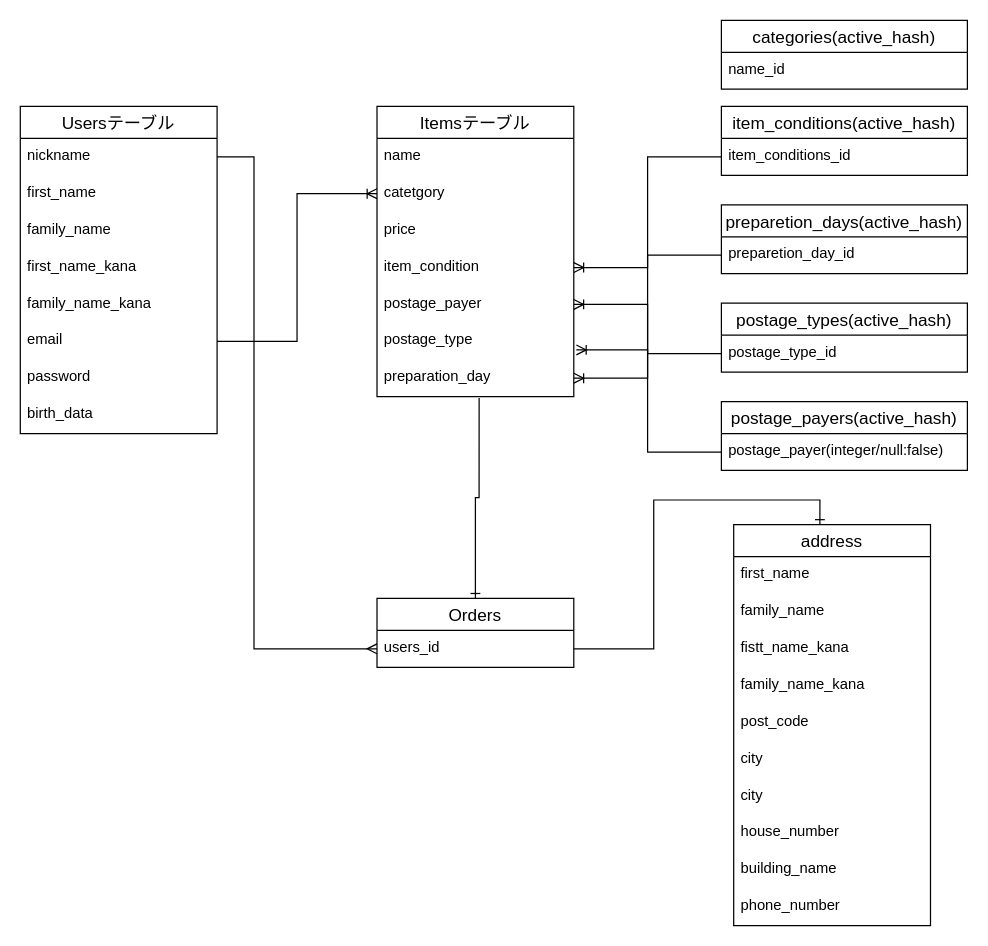
Earlier version of the draw.io diagram furima.dio (KIMIHARU-TAKEUCHI/furima-34253). Source tidied: cells renumbered, new cells numbered last; positions are measured from the earlier drawing's top-left corner, leaving out a move shared by most shapes. Both pictures are drawn from the tidied source at 123%, with x=0, y=0 at pixel (20, 20).
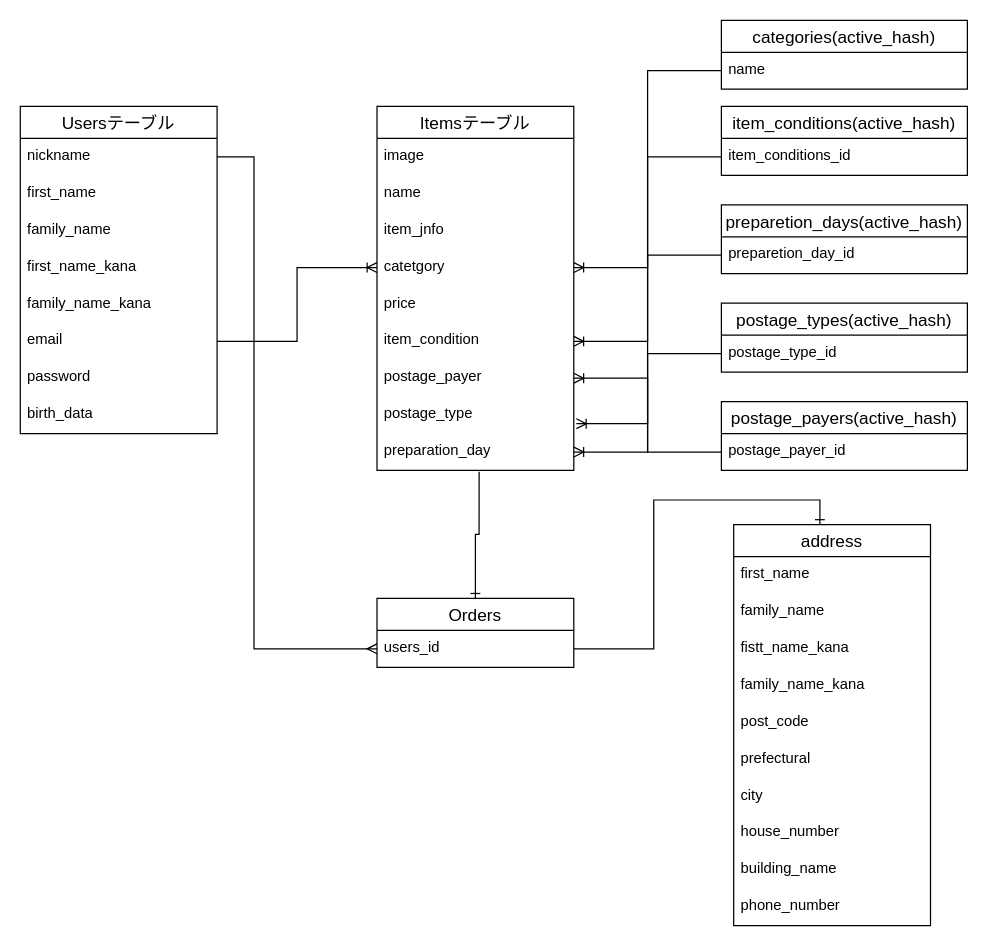
The same page after the edit.

Commit message (it also covers changes not shown here):
外部キーカラム追記

Unchanged cells that the change refers to:
```xml
<mxCell id="22" value="address" style="swimlane;fontStyle=0;horizontal=1;startSize=26;align=center;fontSize=14;" parent="1" vertex="1">
  <mxGeometry x="580" y="410" width="160" height="326" as="geometry" />
</mxCell>
<mxCell id="43" value="postage_payers(active_hash)" style="swimlane;fontStyle=0;horizontal=1;startSize=26;align=center;fontSize=14;" parent="1" vertex="1">
  <mxGeometry x="570" y="310" width="200" height="56" as="geometry" />
</mxCell>
<mxCell id="45" value="categories(active_hash)" style="swimlane;fontStyle=0;horizontal=1;startSize=26;align=center;fontSize=14;" parent="1" vertex="1">
  <mxGeometry x="570" width="200" height="56" as="geometry" />
</mxCell>
```

Diff of the diagram source:
```diff
@@
     <mxCell id="11" value="Itemsテーブル" style="swimlane;fontStyle=0;horizontal=1;startSize=26;align=center;fontSize=14;" parent="1" vertex="1">
-      <mxGeometry x="290" y="70" width="160" height="236" as="geometry" />
+      <mxGeometry x="290" y="70" width="160" height="296" as="geometry" />
     </mxCell>
-    <mxCell id="12" value="name" style="text;strokeColor=none;fillColor=none;spacingLeft=4;spacingRight=4;overflow=hidden;fontSize=12;" parent="11" vertex="1">
+    <mxCell id="12" value="image" style="text;strokeColor=none;fillColor=none;spacingLeft=4;spacingRight=4;overflow=hidden;fontSize=12;" parent="11" vertex="1">
       <mxGeometry y="26" width="160" height="30" as="geometry" />
     </mxCell>
+    <mxCell id="50" value="name" style="text;strokeColor=none;fillColor=none;spacingLeft=4;spacingRight=4;overflow=hidden;fontSize=12;" parent="11" vertex="1">
+      <mxGeometry y="56" width="160" height="30" as="geometry" />
+    </mxCell>
+    <mxCell id="51" value="item_jnfo" style="text;strokeColor=none;fillColor=none;spacingLeft=4;spacingRight=4;overflow=hidden;fontSize=12;" parent="11" vertex="1">
+      <mxGeometry y="86" width="160" height="30" as="geometry" />
+    </mxCell>
     <mxCell id="13" value="catetgory" style="text;strokeColor=none;fillColor=none;spacingLeft=4;spacingRight=4;overflow=hidden;points=[[0,0.5],[1,0.5]];portConstraint=eastwest;fontSize=12;" parent="11" vertex="1">
-      <mxGeometry y="56" width="160" height="30" as="geometry" />
+      <mxGeometry y="116" width="160" height="30" as="geometry" />
     </mxCell>
     <mxCell id="14" value="price" style="text;strokeColor=none;fillColor=none;spacingLeft=4;spacingRight=4;overflow=hidden;fontSize=12;" parent="11" vertex="1">
-      <mxGeometry y="86" width="160" height="30" as="geometry" />
+      <mxGeometry y="146" width="160" height="30" as="geometry" />
     </mxCell>
     <mxCell id="15" value="item_condition" style="text;strokeColor=none;fillColor=none;spacingLeft=4;spacingRight=4;overflow=hidden;points=[[0,0.5],[1,0.5]];portConstraint=eastwest;fontSize=12;" parent="11" vertex="1">
-      <mxGeometry y="116" width="160" height="30" as="geometry" />
+      <mxGeometry y="176" width="160" height="30" as="geometry" />
     </mxCell>
     <mxCell id="16" value="postage_payer" style="text;strokeColor=none;fillColor=none;spacingLeft=4;spacingRight=4;overflow=hidden;points=[[0,0.5],[1,0.5]];portConstraint=eastwest;fontSize=12;" parent="11" vertex="1">
-      <mxGeometry y="146" width="160" height="30" as="geometry" />
+      <mxGeometry y="206" width="160" height="30" as="geometry" />
     </mxCell>
     <mxCell id="17" value="postage_type" style="text;strokeColor=none;fillColor=none;spacingLeft=4;spacingRight=4;overflow=hidden;points=[[0,0.5],[1,0.5]];portConstraint=eastwest;fontSize=12;" parent="11" vertex="1">
-      <mxGeometry y="176" width="160" height="30" as="geometry" />
+      <mxGeometry y="236" width="160" height="30" as="geometry" />
     </mxCell>
     <mxCell id="18" value="preparation_day" style="text;strokeColor=none;fillColor=none;spacingLeft=4;spacingRight=4;overflow=hidden;points=[[0,0.5],[1,0.5]];portConstraint=eastwest;fontSize=12;" parent="11" vertex="1">
-      <mxGeometry y="206" width="160" height="30" as="geometry" />
+      <mxGeometry y="266" width="160" height="30" as="geometry" />
     </mxCell>
@@
-    <mxCell id="28" value="city" style="text;strokeColor=none;fillColor=none;spacingLeft=4;spacingRight=4;overflow=hidden;fontSize=12;" parent="22" vertex="1">
+    <mxCell id="28" value="prefectural" style="text;strokeColor=none;fillColor=none;spacingLeft=4;spacingRight=4;overflow=hidden;fontSize=12;" parent="22" vertex="1">
       <mxGeometry y="176" width="160" height="30" as="geometry" />
     </mxCell>
@@
-    <mxCell id="44" value="postage_payer(integer/null:false)" style="text;strokeColor=none;fillColor=none;spacingLeft=4;spacingRight=4;overflow=hidden;points=[[0,0.5],[1,0.5]];portConstraint=eastwest;fontSize=12;" parent="43" vertex="1">
+    <mxCell id="44" value="postage_payer_id" style="text;strokeColor=none;fillColor=none;spacingLeft=4;spacingRight=4;overflow=hidden;points=[[0,0.5],[1,0.5]];portConstraint=eastwest;fontSize=12;" parent="43" vertex="1">
       <mxGeometry y="26" width="200" height="30" as="geometry" />
     </mxCell>
@@
-    <mxCell id="46" value="name_id" style="text;strokeColor=none;fillColor=none;spacingLeft=4;spacingRight=4;overflow=hidden;points=[[0,0.5],[1,0.5]];portConstraint=eastwest;fontSize=12;" parent="45" vertex="1">
+    <mxCell id="46" value="name" style="text;strokeColor=none;fillColor=none;spacingLeft=4;spacingRight=4;overflow=hidden;points=[[0,0.5],[1,0.5]];portConstraint=eastwest;fontSize=12;" parent="45" vertex="1">
       <mxGeometry y="26" width="200" height="30" as="geometry" />
     </mxCell>
@@
+    <mxCell id="52" style="edgeStyle=orthogonalEdgeStyle;rounded=0;jettySize=auto;html=1;exitX=0;exitY=0.5;exitDx=0;exitDy=0;entryX=1;entryY=0.5;entryDx=0;entryDy=0;endArrow=ERoneToMany;endFill=0;" parent="1" edge="1" source="46" target="13">
+      <mxGeometry relative="1" as="geometry" />
+    </mxCell>
```
